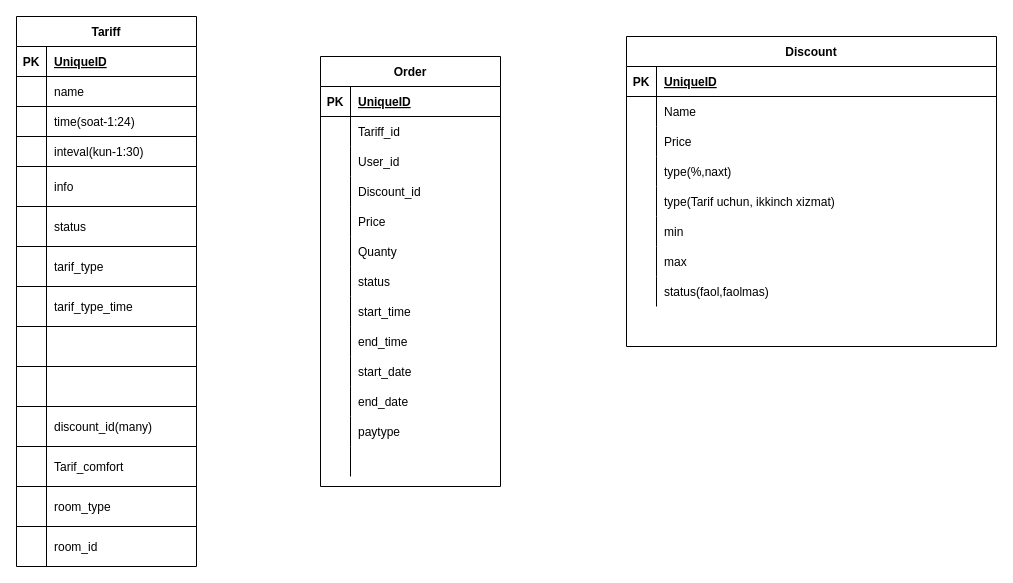
This is Диаграмма без названия.drawio from Ramziddin-ice/Plan, a draw.io file, before an edit. Source tidied: cells renumbered, new cells numbered last; positions are measured from the earlier drawing's top-left corner, leaving out a move shared by most shapes. Both pictures are drawn from the tidied source at 100%, with x=0, y=0 at pixel (16, 16).
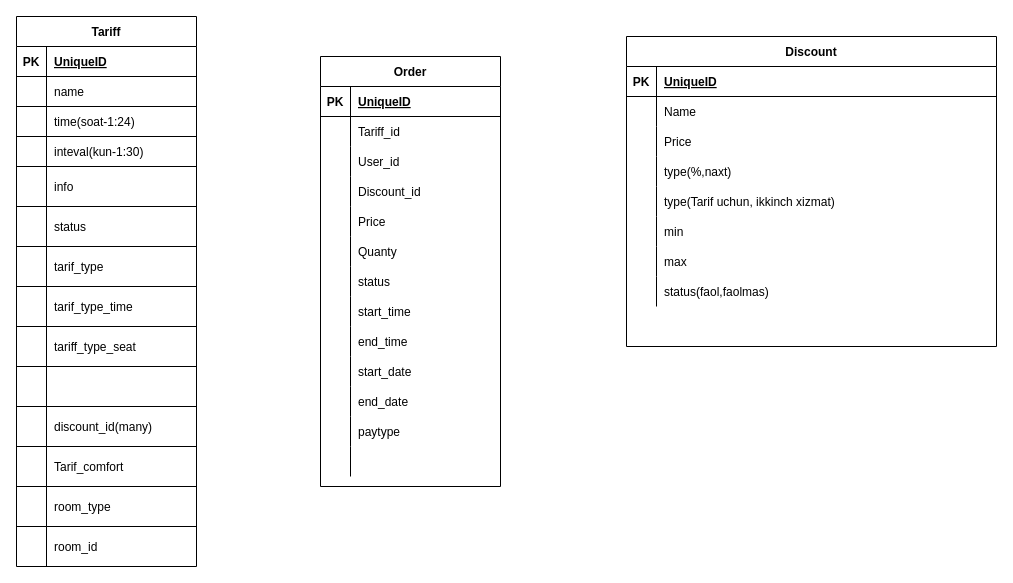
After the change.

The change refers to these unchanged cells:
```xml
<mxCell id="92" style="shape=partialRectangle;fillColor=none;top=0;left=0;bottom=0;right=0;" parent="67" vertex="1">
  <mxGeometry y="310" width="180" height="40" as="geometry" />
</mxCell>
```

Change to the diagram source:
```diff
@@
-    <mxCell id="94" style="shape=partialRectangle;fillColor=none;top=0;left=0;bottom=0;right=0;align=left;spacingLeft=6;overflow=hidden;" parent="92" vertex="1">
+    <mxCell id="94" value="tariff_type_seat" style="shape=partialRectangle;fillColor=none;top=0;left=0;bottom=0;right=0;align=left;spacingLeft=6;overflow=hidden;" parent="92" vertex="1">
       <mxGeometry x="30" width="150" height="40" as="geometry" />
     </mxCell>
```
